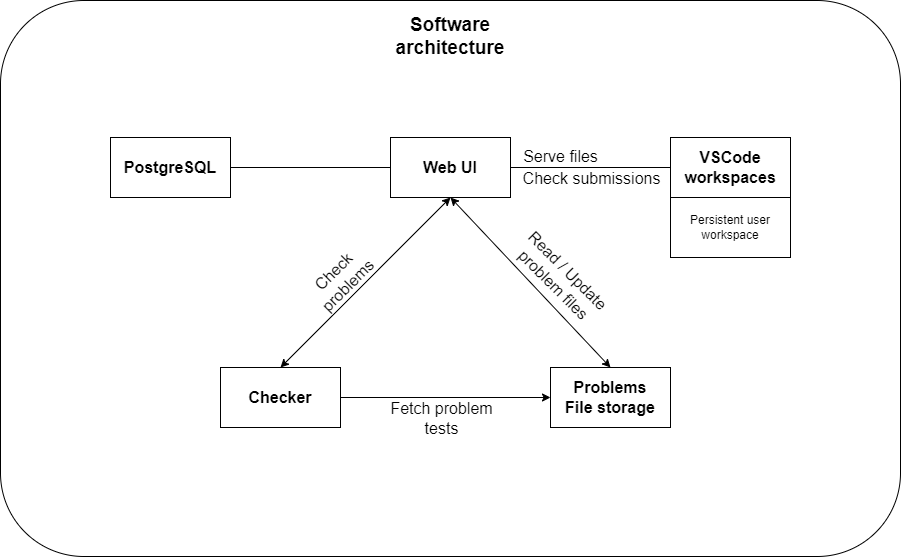
Before: photos/software-architecture.png, a diagram exported from draw.io (acadnet-dev/docs). Source tidied: cells renumbered, new cells last; positions are measured from the earlier drawing's top-left corner, leaving out a move shared by most shapes.
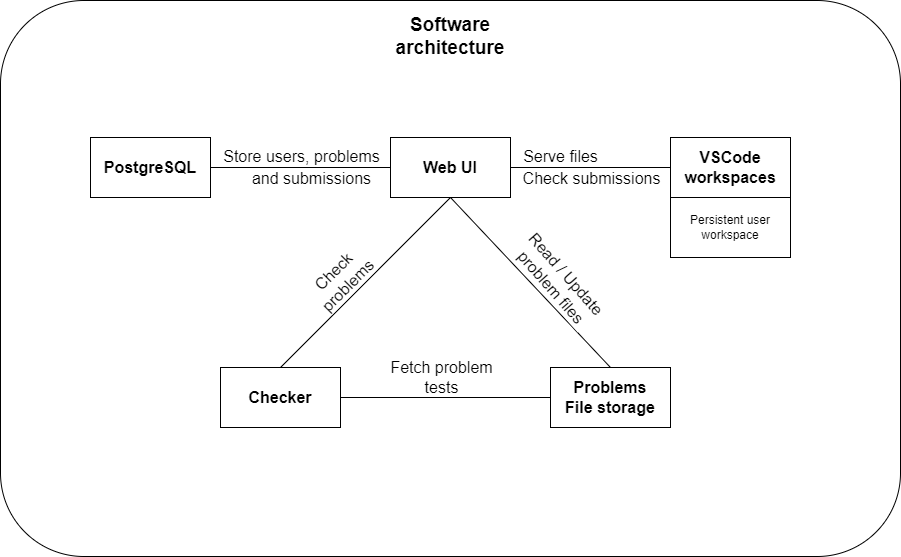
The same diagram one commit later.

Commit message:
added System design and architecture

Change to the diagram source:
```diff
@@ -8,7 +8,7 @@
     <mxCell id="3" value="Software architecture" style="text;html=1;strokeColor=none;fillColor=none;align=center;verticalAlign=middle;whiteSpace=wrap;rounded=0;fontSize=19;fontStyle=1;" parent="1" vertex="1">
       <mxGeometry x="370" y="21" width="160" height="30" as="geometry" />
     </mxCell>
-    <mxCell id="4" style="edgeStyle=none;html=1;exitX=0.5;exitY=1;exitDx=0;exitDy=0;entryX=0.5;entryY=0;entryDx=0;entryDy=0;fontSize=16;startArrow=classic;startFill=1;endArrow=classic;endFill=1;" parent="1" edge="1" source="8" target="11">
+    <mxCell id="4" style="edgeStyle=none;html=1;exitX=0.5;exitY=1;exitDx=0;exitDy=0;entryX=0.5;entryY=0;entryDx=0;entryDy=0;fontSize=16;startArrow=none;startFill=0;endArrow=none;endFill=0;" parent="1" edge="1" source="8" target="11">
       <mxGeometry relative="1" as="geometry" />
     </mxCell>
     <mxCell id="5" value="Check&lt;br&gt;problems" style="edgeLabel;html=1;align=center;verticalAlign=middle;fontSize=16;rotation=-45;" parent="4" vertex="1">
@@ -16,23 +16,23 @@
         <mxPoint x="-7" y="-18" as="offset" />
       </mxGeometry>
     </mxCell>
-    <mxCell id="6" style="edgeStyle=none;html=1;exitX=0.5;exitY=1;exitDx=0;exitDy=0;entryX=0.5;entryY=0;entryDx=0;entryDy=0;fontSize=16;startArrow=classic;startFill=1;endArrow=classic;endFill=1;" parent="1" edge="1" source="8" target="16">
+    <mxCell id="6" style="edgeStyle=none;html=1;exitX=0.5;exitY=1;exitDx=0;exitDy=0;entryX=0.5;entryY=0;entryDx=0;entryDy=0;fontSize=16;startArrow=none;startFill=0;endArrow=none;endFill=0;" parent="1" edge="1" source="8" target="16">
       <mxGeometry relative="1" as="geometry" />
     </mxCell>
-    <mxCell id="7" value="Read / Update&lt;br&gt;problem files" style="edgeLabel;html=1;align=center;verticalAlign=middle;fontSize=16;rotation=45;" parent="6" vertex="1">
+    <mxCell id="7" value="Read / Update&lt;br&gt;problem files" style="edgeLabel;html=1;align=center;verticalAlign=middle;fontSize=16;rotation=48.7;" parent="6" vertex="1">
       <mxGeometry x="0.2" y="-1" relative="1" as="geometry">
-        <mxPoint x="15" y="-23" as="offset" />
+        <mxPoint x="13" y="-20" as="offset" />
       </mxGeometry>
     </mxCell>
     <mxCell id="8" value="Web UI" style="rounded=0;whiteSpace=wrap;html=1;fontStyle=1;fontSize=16;" parent="1" vertex="1">
       <mxGeometry x="390" y="137" width="120" height="60" as="geometry" />
     </mxCell>
-    <mxCell id="9" style="edgeStyle=none;html=1;exitX=1;exitY=0.5;exitDx=0;exitDy=0;entryX=0;entryY=0.5;entryDx=0;entryDy=0;fontSize=16;startArrow=none;startFill=0;endArrow=classic;endFill=1;" parent="1" edge="1" source="11" target="16">
+    <mxCell id="9" style="edgeStyle=none;html=1;exitX=1;exitY=0.5;exitDx=0;exitDy=0;entryX=0;entryY=0.5;entryDx=0;entryDy=0;fontSize=16;startArrow=none;startFill=0;endArrow=none;endFill=0;" parent="1" edge="1" source="11" target="16">
       <mxGeometry relative="1" as="geometry" />
     </mxCell>
     <mxCell id="10" value="Fetch problem&lt;br&gt;tests" style="edgeLabel;html=1;align=center;verticalAlign=middle;fontSize=16;" parent="9" vertex="1">
       <mxGeometry x="-0.3" y="-1" relative="1" as="geometry">
-        <mxPoint x="27" y="19" as="offset" />
+        <mxPoint x="27" y="-22" as="offset" />
       </mxGeometry>
     </mxCell>
     <mxCell id="11" value="Checker" style="rounded=0;whiteSpace=wrap;html=1;fontStyle=1;fontSize=16;" parent="1" vertex="1">
@@ -48,7 +48,7 @@
       <mxGeometry relative="1" as="geometry" />
     </mxCell>
     <mxCell id="15" value="PostgreSQL" style="rounded=0;whiteSpace=wrap;html=1;fontStyle=1;fontSize=16;" parent="1" vertex="1">
-      <mxGeometry x="110" y="137" width="120" height="60" as="geometry" />
+      <mxGeometry x="90" y="137" width="120" height="60" as="geometry" />
     </mxCell>
     <mxCell id="16" value="Problems&lt;br style=&quot;font-size: 16px;&quot;&gt;File storage" style="rounded=0;whiteSpace=wrap;html=1;fontStyle=1;fontSize=16;" parent="1" vertex="1">
       <mxGeometry x="550" y="367" width="120" height="60" as="geometry" />
@@ -66,5 +66,11 @@
         <mxPoint x="-30" y="7" as="offset" />
       </mxGeometry>
     </mxCell>
+    <mxCell id="20" value="Store users, problems" style="edgeLabel;html=1;align=center;verticalAlign=middle;fontSize=16;" parent="1" vertex="1">
+      <mxGeometry x="300" y="155" as="geometry" />
+    </mxCell>
+    <mxCell id="21" value="and submissions" style="edgeLabel;html=1;align=center;verticalAlign=middle;fontSize=16;" parent="1" vertex="1">
+      <mxGeometry x="310" y="177" as="geometry" />
+    </mxCell>
   </root>
 </mxGraphModel>
```
